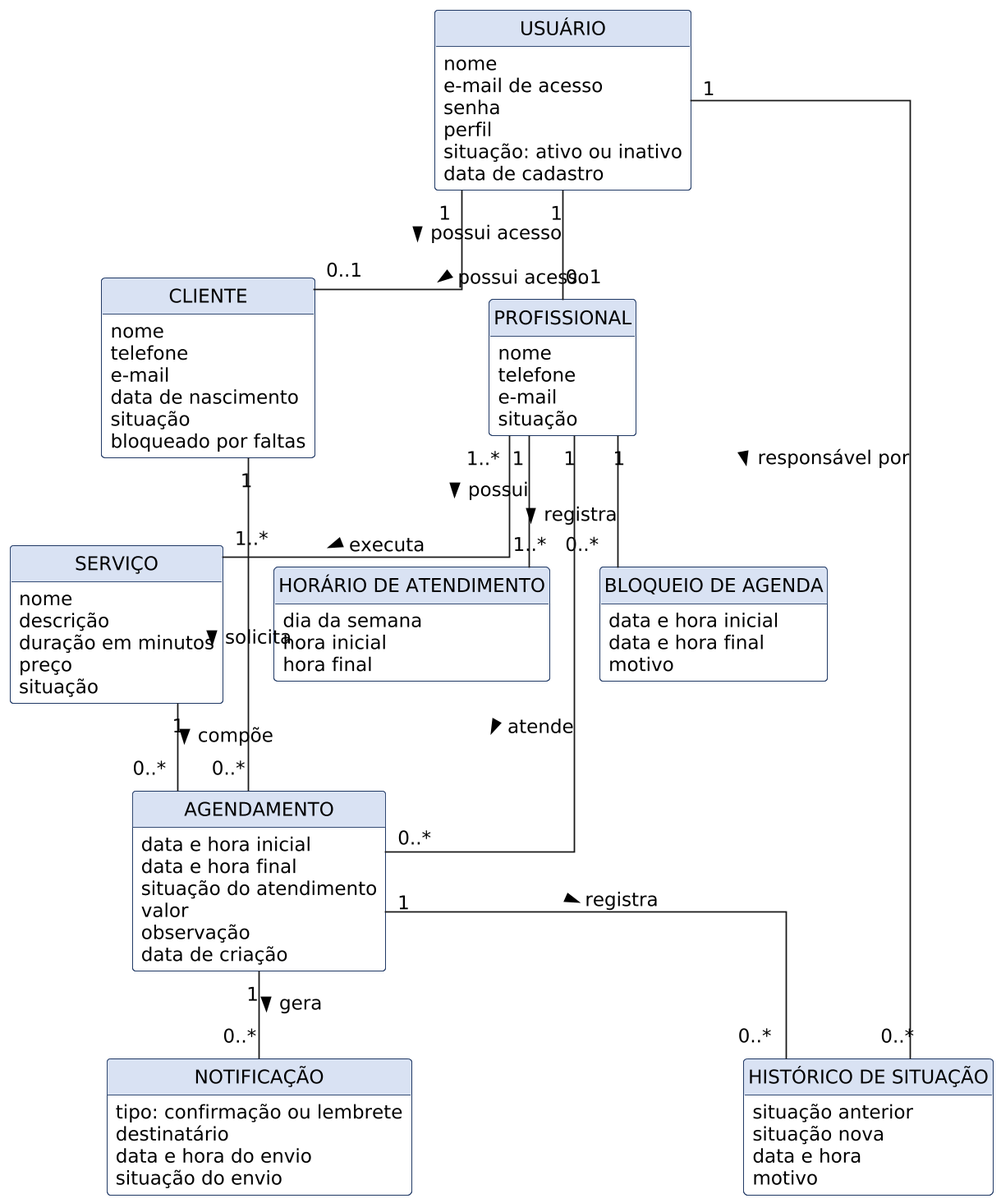
The PlantUML diagram banco-de-dados/conceitual.png in Gdzinn1200/Sabine_Atividade, before a commit.
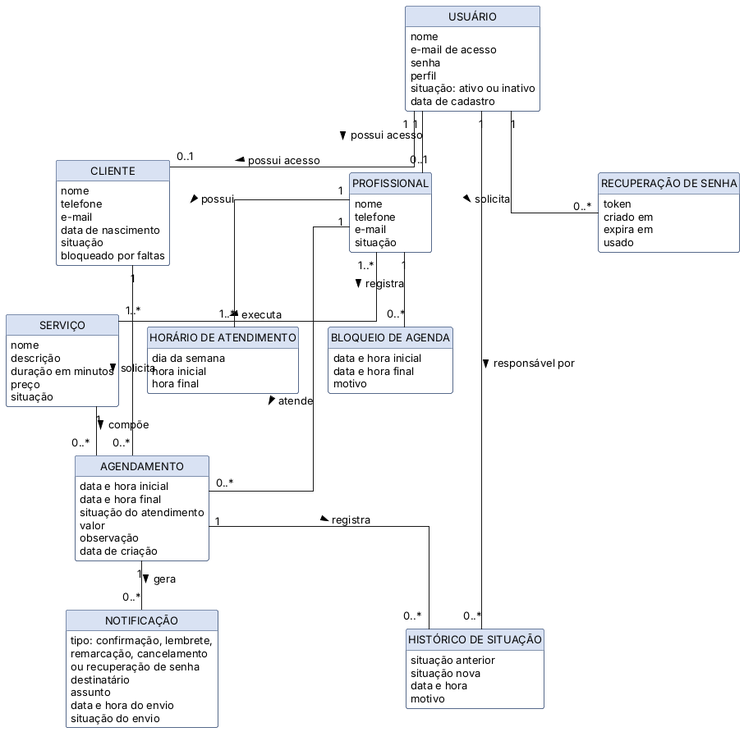
Above is the later version.

Commit message:
docs: incluir recuperacao_senha no modelo conceitual

O conceitual ainda nao tinha a entidade de recuperacao de senha nem os
tipos novos de notificacao. Os tres modelos agora descrevem o mesmo banco
que o script cria.

Change to the diagram source:
```diff
@@ -1,5 +1,4 @@
 @startuml
-skinparamlocked dpi 170
 skinparam backgroundColor transparent
 skinparam shadowing false
 skinparam defaultFontName Helvetica
@@ -67,10 +66,19 @@
   motivo
 }
 entity "NOTIFICAÇÃO" as notificacao {
-  tipo: confirmação ou lembrete
+  tipo: confirmação, lembrete,
+  remarcação, cancelamento
+  ou recuperação de senha
   destinatário
+  assunto
   data e hora do envio
   situação do envio
+}
+entity "RECUPERAÇÃO DE SENHA" as recuperacao {
+  token
+  criado em
+  expira em
+  usado
 }
 
 usuario "1" -- "0..1" cliente : possui acesso >
@@ -84,4 +92,5 @@
 agendamento "1" -- "0..*" historico : registra >
 agendamento "1" -- "0..*" notificacao : gera >
 usuario "1" -- "0..*" historico : responsável por >
+usuario "1" -- "0..*" recuperacao : solicita >
 @enduml
```
